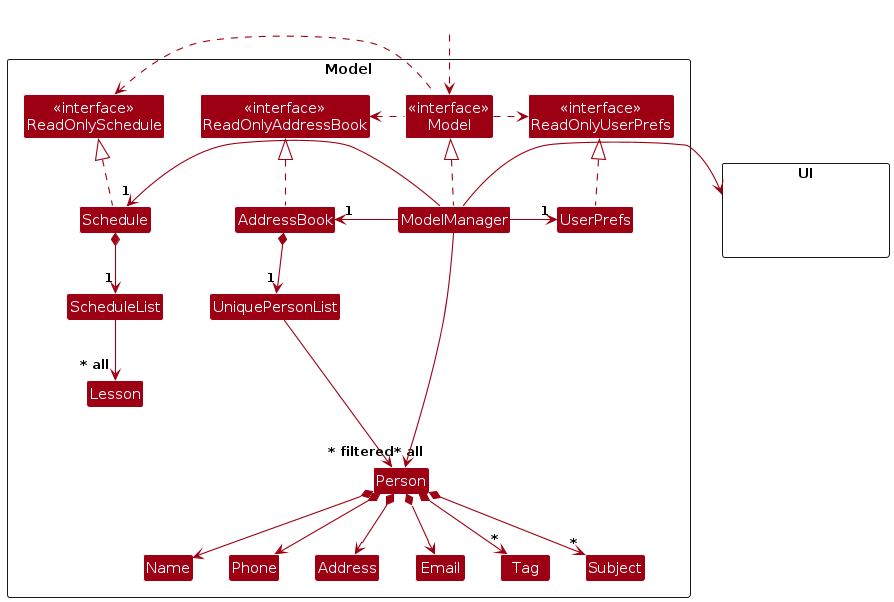
Earlier version of the PlantUML export diagrams/ModelClassDiagram.png (AY2324S1-CS2103T-T11-3/tp). Its source is kept beside it as diagrams/ModelClassDiagram.puml.
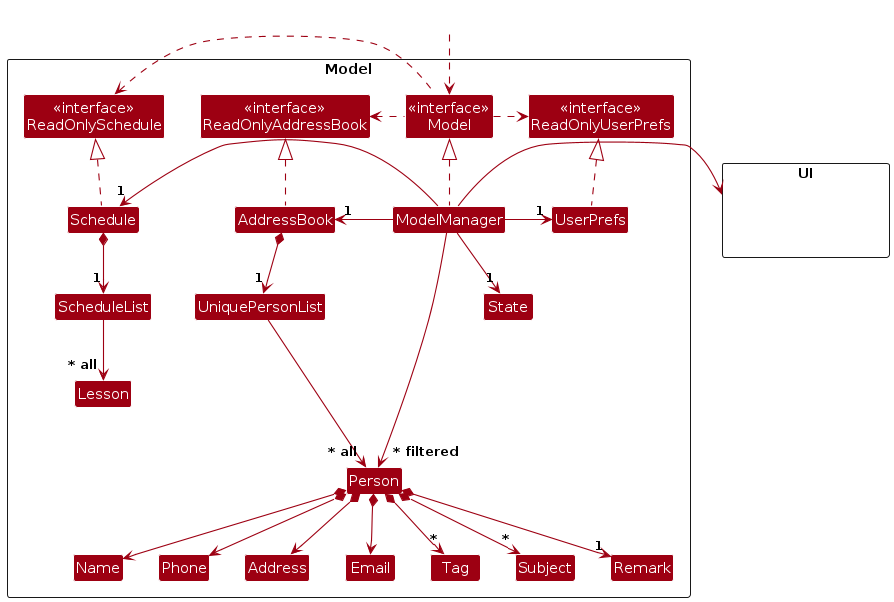
Above is the later version.

Change to the diagram source:
```diff
@@ -13,6 +13,7 @@
 Class Schedule
 Class ModelManager
 Class UserPrefs
+Class State
 
 Class ScheduleList
 Class Lesson
@@ -25,6 +26,7 @@
 Class Phone
 Class Tag
 Class Subject
+Class Remark
 
 Class I #FFFFFF
 }
@@ -46,6 +48,7 @@
 ModelManager -left-> "1" AddressBook
 ModelManager -right-> "1" UserPrefs
 ModelManager -> UI
+ModelManager --> "1" State
 ModelManager -left-> "1" Schedule
 UserPrefs .up.|> ReadOnlyUserPrefs
 
@@ -60,6 +63,7 @@
 Person *--> Address
 Person *--> "*" Tag
 Person *--> "*" Subject
+Person *--> "1" Remark
 
 Person -[hidden]up--> I
 UniquePersonList -[hidden]right-> I
```
